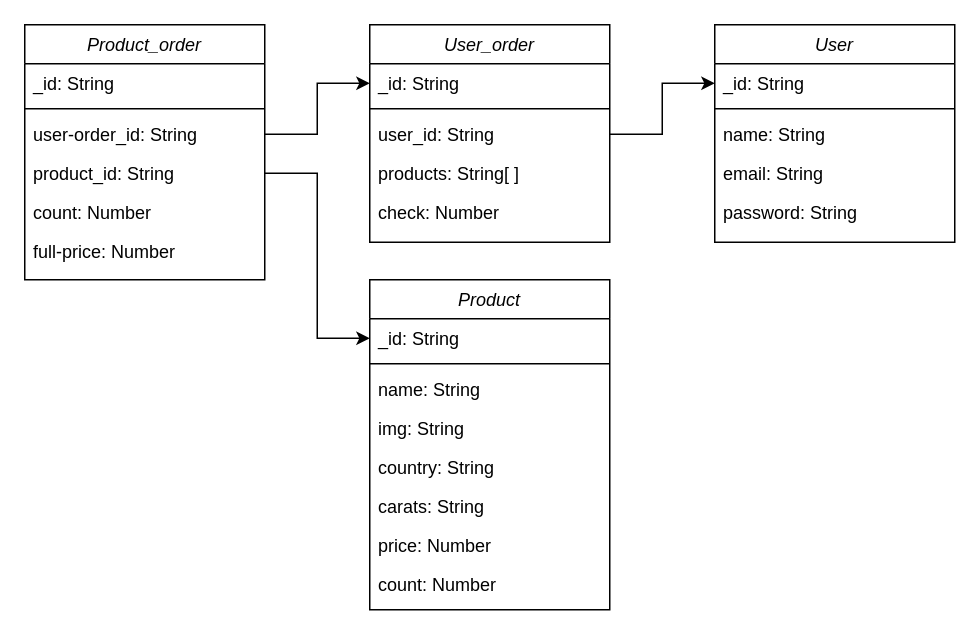
This is diagramBD.drawio from GregDemidenkov/FSD_Shop-Nest-Backend, a draw.io file, before an edit. Source tidied: cells renumbered, new cells numbered last; positions are measured from the earlier drawing's top-left corner, leaving out a move shared by most shapes. Both pictures are drawn from the tidied source at 150%, with x=0, y=0 at pixel (24, 24).
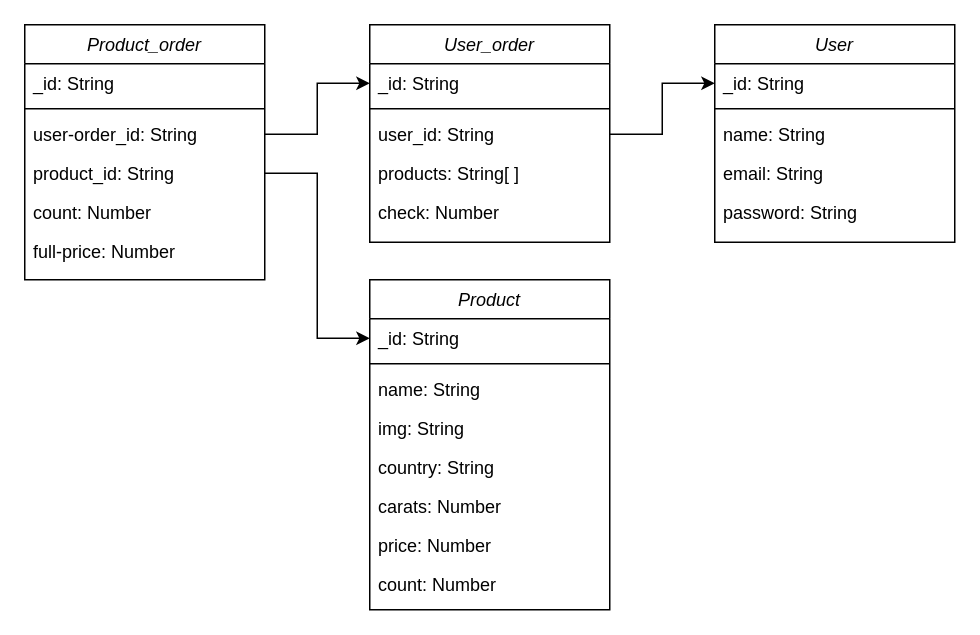
After the change.

Unchanged cells that the change refers to:
```xml
<mxCell id="14" value="Product" style="swimlane;fontStyle=2;align=center;verticalAlign=top;horizontal=1;startSize=26;rounded=0;shadow=0;strokeWidth=1;" parent="1" vertex="1">
  <mxGeometry x="230" y="170" width="160" height="220" as="geometry" />
</mxCell>
```

Change to the diagram source:
```diff
@@
-    <mxCell id="20" value="carats: String" style="text;align=left;verticalAlign=top;spacingLeft=4;spacingRight=4;overflow=hidden;rounded=0;shadow=0;html=0;" parent="14" vertex="1">
+    <mxCell id="20" value="carats: Number" style="text;align=left;verticalAlign=top;spacingLeft=4;spacingRight=4;overflow=hidden;rounded=0;shadow=0;html=0;" parent="14" vertex="1">
       <mxGeometry y="138" width="160" height="26" as="geometry" />
     </mxCell>
```
